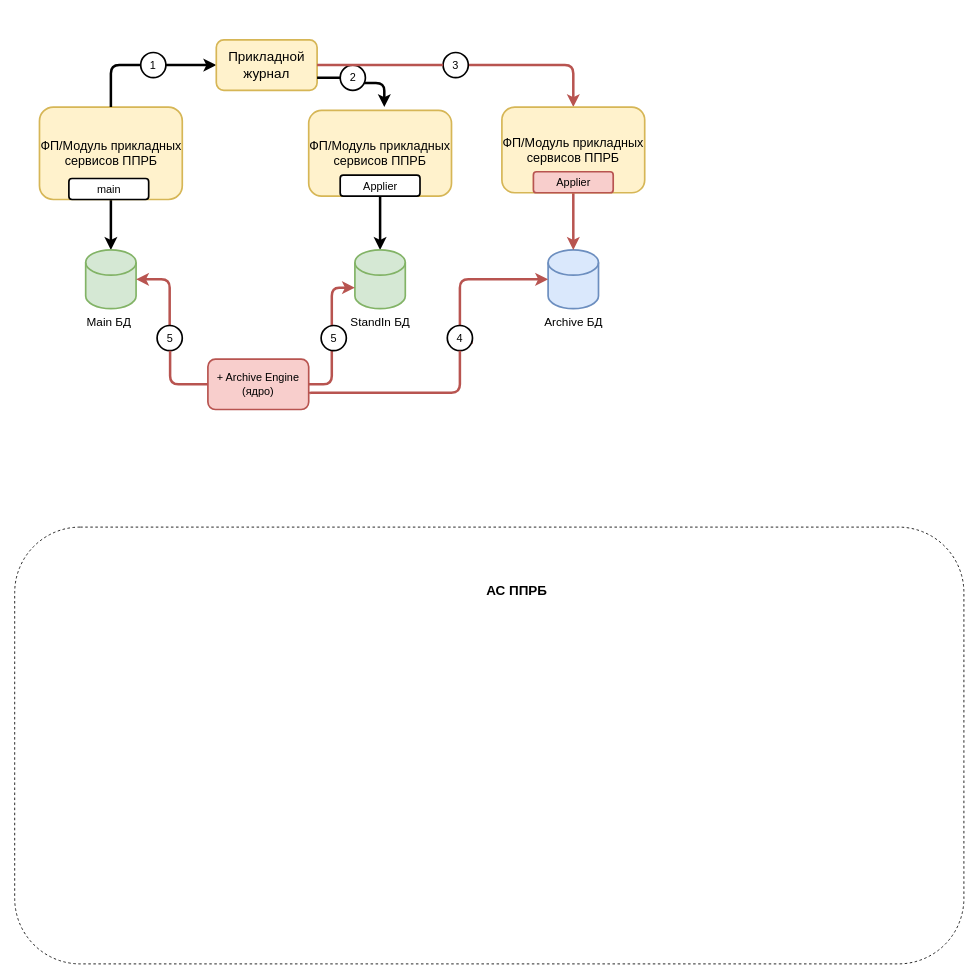
Earlier version of the draw.io diagram page "Архитектура-ПЖ" (1 of 2) of Archiving.drawio (srecon/diagramms). Source tidied: cells renumbered, new cells numbered last; positions are measured from the earlier drawing's top-left corner, leaving out a move shared by most shapes. Both pictures are drawn from the tidied source at 84%, with x=0, y=0 at pixel (14, 39).
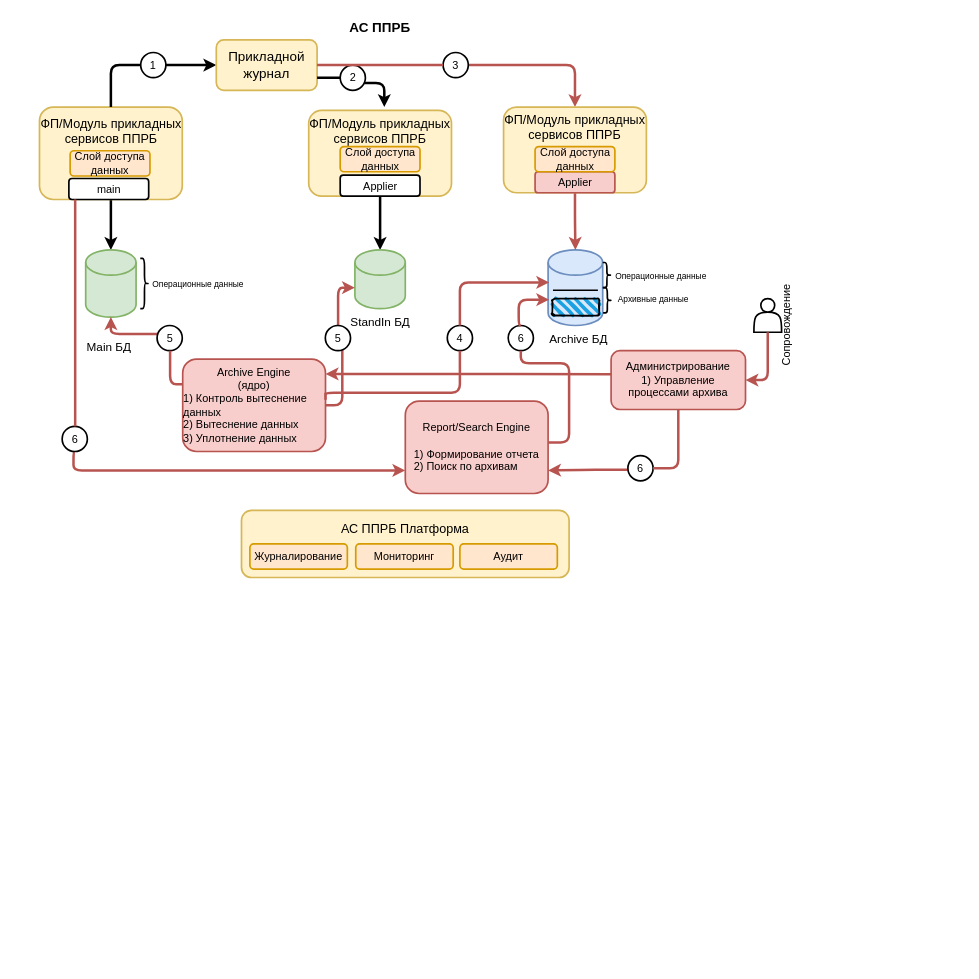
The same page after the edit.

The change refers to these unchanged cells:
```xml
<mxCell id="32" value="5" style="ellipse;whiteSpace=wrap;html=1;fontSize=13;strokeWidth=2;" parent="1" vertex="1">
  <mxGeometry x="169.5" y="340" width="30" height="30" as="geometry" />
</mxCell>
<mxCell id="36" value="4" style="ellipse;whiteSpace=wrap;html=1;fontSize=13;strokeWidth=2;" parent="1" vertex="1">
  <mxGeometry x="515" y="340" width="30" height="30" as="geometry" />
</mxCell>
```

Diff of the diagram source:
```diff
@@
     <mxCell id="3" style="shape=cylinder3;whiteSpace=wrap;html=1;boundedLbl=1;backgroundOutline=1;size=15;fontSize=16;strokeWidth=2;fillColor=#d5e8d4;strokeColor=#82b366;" parent="1" vertex="1">
-      <mxGeometry x="84.5" y="250" width="60" height="70" as="geometry" />
+      <mxGeometry x="84.5" y="250" width="60" height="80" as="geometry" />
     </mxCell>
     <mxCell id="4" value="&lt;font style=&quot;font-size: 14px;&quot;&gt;Main БД&lt;/font&gt;" style="text;html=1;strokeColor=none;fillColor=none;align=center;verticalAlign=middle;whiteSpace=wrap;rounded=0;fontSize=16;" parent="1" vertex="1">
-      <mxGeometry x="79.5" y="320" width="65" height="30" as="geometry" />
+      <mxGeometry x="79.5" y="350" width="65" height="30" as="geometry" />
     </mxCell>
     <mxCell id="5" style="shape=cylinder3;whiteSpace=wrap;html=1;boundedLbl=1;backgroundOutline=1;size=15;fontSize=16;strokeWidth=2;fillColor=#dae8fc;strokeColor=#6c8ebf;" parent="1" vertex="1">
-      <mxGeometry x="635" y="250" width="60" height="70" as="geometry" />
+      <mxGeometry x="635" y="250" width="65" height="90" as="geometry" />
     </mxCell>
     <mxCell id="6" value="&lt;span style=&quot;font-size: 14px;&quot;&gt;Archive БД&lt;/span&gt;" style="text;html=1;strokeColor=none;fillColor=none;align=center;verticalAlign=middle;whiteSpace=wrap;rounded=0;fontSize=16;" parent="1" vertex="1">
-      <mxGeometry x="628.8" y="320" width="72.5" height="30" as="geometry" />
+      <mxGeometry x="635" y="340" width="72.5" height="30" as="geometry" />
     </mxCell>
-    <mxCell id="7" style="rounded=1;whiteSpace=wrap;html=1;fontSize=14;strokeWidth=1;fillColor=none;dashed=1;arcSize=15;" parent="1" vertex="1">
-      <mxGeometry y="580" width="1130" height="520" as="geometry" />
-    </mxCell>
     <mxCell id="8" value="&lt;font style=&quot;font-size: 16px;&quot;&gt;&lt;b&gt;АС ППРБ&lt;/b&gt;&lt;/font&gt;" style="text;html=1;strokeColor=none;fillColor=none;align=center;verticalAlign=middle;whiteSpace=wrap;rounded=0;dashed=1;fontSize=14;" parent="1" vertex="1">
-      <mxGeometry x="527.5" y="640" width="140" height="30" as="geometry" />
+      <mxGeometry x="365" y="-30" width="140" height="30" as="geometry" />
     </mxCell>
@@
-    <mxCell id="15" value="&lt;font style=&quot;font-size: 15px;&quot;&gt;ФП/Модуль прикладных сервисов ППРБ&lt;/font&gt;" style="rounded=1;whiteSpace=wrap;html=1;strokeWidth=2;fillColor=#fff2cc;strokeColor=#d6b656;" parent="1" vertex="1">
+    <mxCell id="15" value="&lt;font style=&quot;font-size: 15px;&quot;&gt;ФП/Модуль прикладных сервисов ППРБ&lt;br&gt;&lt;br&gt;&lt;br&gt;&lt;br&gt;&lt;/font&gt;" style="rounded=1;whiteSpace=wrap;html=1;strokeWidth=2;fillColor=#fff2cc;strokeColor=#d6b656;" parent="1" vertex="1">
       <mxGeometry x="29.5" y="80" width="170" height="110" as="geometry" />
     </mxCell>
@@
-    <mxCell id="17" value="&lt;font style=&quot;font-size: 15px;&quot;&gt;ФП/Модуль прикладных сервисов ППРБ&lt;/font&gt;" style="rounded=1;whiteSpace=wrap;html=1;strokeWidth=2;fillColor=#fff2cc;strokeColor=#d6b656;" parent="1" vertex="1">
+    <mxCell id="17" value="&lt;font style=&quot;font-size: 15px;&quot;&gt;ФП/Модуль прикладных сервисов ППРБ&lt;br&gt;&lt;br&gt;&lt;br&gt;&lt;br&gt;&lt;/font&gt;" style="rounded=1;whiteSpace=wrap;html=1;strokeWidth=2;fillColor=#fff2cc;strokeColor=#d6b656;" parent="1" vertex="1">
       <mxGeometry x="350" y="84" width="170" height="102" as="geometry" />
     </mxCell>
@@
-    <mxCell id="20" value="&lt;font style=&quot;font-size: 15px;&quot;&gt;ФП/Модуль прикладных сервисов ППРБ&lt;/font&gt;" style="rounded=1;whiteSpace=wrap;html=1;strokeWidth=2;fillColor=#fff2cc;strokeColor=#d6b656;" parent="1" vertex="1">
-      <mxGeometry x="580" y="80" width="170" height="102" as="geometry" />
+    <mxCell id="20" value="&lt;font style=&quot;font-size: 15px;&quot;&gt;ФП/Модуль прикладных сервисов ППРБ&lt;br&gt;&lt;br&gt;&lt;br&gt;&lt;br&gt;&lt;/font&gt;" style="rounded=1;whiteSpace=wrap;html=1;strokeWidth=2;fillColor=#fff2cc;strokeColor=#d6b656;" parent="1" vertex="1">
+      <mxGeometry x="582" y="80" width="170" height="102" as="geometry" />
     </mxCell>
     <mxCell id="21" value="Applier" style="rounded=1;whiteSpace=wrap;html=1;fontSize=13;strokeWidth=2;fillColor=#f8cecc;strokeColor=#b85450;" parent="1" vertex="1">
-      <mxGeometry x="617.5" y="157" width="95" height="25" as="geometry" />
+      <mxGeometry x="619.5" y="157" width="95" height="25" as="geometry" />
     </mxCell>
@@
-    <mxCell id="23" style="edgeStyle=orthogonalEdgeStyle;rounded=1;jettySize=auto;html=1;fontSize=13;strokeWidth=3;entryX=1;entryY=0.5;entryDx=0;entryDy=0;entryPerimeter=0;startArrow=none;exitX=0.5;exitY=0;exitDx=0;exitDy=0;fillColor=#f8cecc;strokeColor=#b85450;" parent="1" edge="1" source="32" target="3">
+    <mxCell id="23" style="edgeStyle=orthogonalEdgeStyle;rounded=1;jettySize=auto;html=1;fontSize=13;strokeWidth=3;startArrow=none;exitX=0.5;exitY=0;exitDx=0;exitDy=0;fillColor=#f8cecc;strokeColor=#b85450;entryX=0.5;entryY=1;entryDx=0;entryDy=0;entryPerimeter=0;" parent="1" edge="1" source="32" target="3">
       <mxGeometry relative="1" as="geometry">
         <Array as="points">
-          <mxPoint x="185" y="285" />
+          <mxPoint x="185" y="350" />
+          <mxPoint x="115" y="350" />
         </Array>
       </mxGeometry>
     </mxCell>
@@
-    <mxCell id="25" value="+ Archive Engine&lt;br&gt;(ядро)" style="rounded=1;whiteSpace=wrap;html=1;fontSize=13;strokeWidth=2;fillColor=#f8cecc;strokeColor=#b85450;" parent="1" vertex="1">
-      <mxGeometry x="230" y="380" width="120" height="60" as="geometry" />
+    <mxCell id="25" value="Archive Engine&lt;br&gt;(ядро)&lt;br&gt;&lt;div style=&quot;text-align: left;&quot;&gt;1) Контроль вытеснение данных&lt;/div&gt;&lt;div style=&quot;text-align: left;&quot;&gt;2) Вытеснение данных&lt;/div&gt;&lt;div style=&quot;text-align: left;&quot;&gt;3) Уплотнение данных&lt;/div&gt;" style="rounded=1;whiteSpace=wrap;html=1;fontSize=13;strokeWidth=2;fillColor=#f8cecc;strokeColor=#b85450;" parent="1" vertex="1">
+      <mxGeometry x="200" y="380" width="170" height="110" as="geometry" />
     </mxCell>
@@
-    <mxCell id="34" style="edgeStyle=orthogonalEdgeStyle;rounded=1;jettySize=auto;html=1;fontSize=13;strokeWidth=3;entryX=0;entryY=0.5;entryDx=0;entryDy=0;entryPerimeter=0;exitX=1.006;exitY=0.689;exitDx=0;exitDy=0;exitPerimeter=0;startArrow=none;fillColor=#f8cecc;strokeColor=#b85450;" parent="1" edge="1" source="36" target="5">
-      <mxGeometry relative="1" as="geometry">
-        <Array as="points">
-          <mxPoint x="530" y="285" />
-        </Array>
-      </mxGeometry>
-    </mxCell>
     <mxCell id="35" value="5" style="ellipse;whiteSpace=wrap;html=1;fontSize=13;strokeWidth=2;" parent="1" vertex="1">
-      <mxGeometry x="364.8" y="340" width="30" height="30" as="geometry" />
+      <mxGeometry x="369.8" y="340" width="30" height="30" as="geometry" />
     </mxCell>
@@
-    <mxCell id="37" style="edgeStyle=orthogonalEdgeStyle;rounded=1;jettySize=auto;html=1;fontSize=13;strokeWidth=3;exitX=1.006;exitY=0.689;exitDx=0;exitDy=0;exitPerimeter=0;endArrow=none;fillColor=#f8cecc;strokeColor=#b85450;" parent="1" edge="1" source="25">
+    <mxCell id="37" style="edgeStyle=orthogonalEdgeStyle;rounded=1;orthogonalLoop=1;jettySize=auto;html=1;fontSize=13;strokeWidth=3;endArrow=none;fillColor=#f8cecc;strokeColor=#b85450;" parent="1" edge="1">
       <mxGeometry relative="1" as="geometry">
+        <mxPoint x="370" y="420" as="sourcePoint" />
         <mxPoint x="530" y="370" as="targetPoint" />
         <Array as="points">
-          <mxPoint x="351" y="420" />
+          <mxPoint x="370" y="430" />
+          <mxPoint x="370" y="420" />
           <mxPoint x="530" y="420" />
         </Array>
       </mxGeometry>
     </mxCell>
+    <mxCell id="38" value="Слой доступа данных" style="rounded=1;whiteSpace=wrap;html=1;fontSize=13;strokeWidth=2;fillColor=#ffe6cc;strokeColor=#d79b00;" parent="1" vertex="1">
+      <mxGeometry x="66" y="132" width="95" height="30" as="geometry" />
+    </mxCell>
+    <mxCell id="39" value="Слой доступа данных" style="rounded=1;whiteSpace=wrap;html=1;fontSize=13;strokeWidth=2;fillColor=#ffe6cc;strokeColor=#d79b00;" parent="1" vertex="1">
+      <mxGeometry x="387.5" y="127" width="95" height="30" as="geometry" />
+    </mxCell>
+    <mxCell id="40" value="Слой доступа данных" style="rounded=1;whiteSpace=wrap;html=1;fontSize=13;strokeWidth=2;fillColor=#ffe6cc;strokeColor=#d79b00;" parent="1" vertex="1">
+      <mxGeometry x="619.5" y="127" width="95" height="30" as="geometry" />
+    </mxCell>
+    <mxCell id="41" value="Report/Search Engine&lt;br&gt;&lt;br&gt;&lt;div style=&quot;text-align: left;&quot;&gt;1) Формирование отчета&lt;/div&gt;&lt;div style=&quot;text-align: left;&quot;&gt;2) Поиск по архивам&lt;/div&gt;" style="rounded=1;whiteSpace=wrap;html=1;fontSize=13;strokeWidth=2;fillColor=#f8cecc;strokeColor=#b85450;" parent="1" vertex="1">
+      <mxGeometry x="465" y="430" width="170" height="110" as="geometry" />
+    </mxCell>
+    <mxCell id="42" value="6" style="ellipse;whiteSpace=wrap;html=1;fontSize=13;strokeWidth=2;" parent="1" vertex="1">
+      <mxGeometry x="587.5" y="340" width="30" height="30" as="geometry" />
+    </mxCell>
+    <mxCell id="43" style="edgeStyle=orthogonalEdgeStyle;rounded=1;jettySize=auto;html=1;fontSize=13;strokeWidth=3;startArrow=none;fillColor=#f8cecc;strokeColor=#b85450;exitX=1.002;exitY=0.448;exitDx=0;exitDy=0;exitPerimeter=0;endArrow=none;entryX=0.5;entryY=1;entryDx=0;entryDy=0;" parent="1" edge="1" source="41" target="42">
+      <mxGeometry relative="1" as="geometry">
+        <Array as="points">
+          <mxPoint x="660" y="479" />
+          <mxPoint x="660" y="385" />
+          <mxPoint x="602" y="385" />
+        </Array>
+      </mxGeometry>
+    </mxCell>
+    <mxCell id="44" style="edgeStyle=orthogonalEdgeStyle;rounded=1;jettySize=auto;html=1;fontSize=13;strokeWidth=3;exitX=0.5;exitY=1;exitDx=0;exitDy=0;fillColor=#f8cecc;strokeColor=#b85450;entryX=0;entryY=0.75;entryDx=0;entryDy=0;startArrow=none;" parent="1" edge="1" source="45" target="41">
+      <mxGeometry relative="1" as="geometry">
+        <Array as="points">
+          <mxPoint x="70" y="490" />
+          <mxPoint x="70" y="513" />
+        </Array>
+      </mxGeometry>
+    </mxCell>
+    <mxCell id="45" value="6" style="ellipse;whiteSpace=wrap;html=1;fontSize=13;strokeWidth=2;" parent="1" vertex="1">
+      <mxGeometry x="56.5" y="460" width="30" height="30" as="geometry" />
+    </mxCell>
+    <mxCell id="46" style="edgeStyle=orthogonalEdgeStyle;rounded=1;jettySize=auto;html=1;fontSize=13;strokeWidth=3;exitX=0.25;exitY=1;exitDx=0;exitDy=0;fillColor=#f8cecc;strokeColor=#b85450;startArrow=none;endArrow=none;endFill=0;" parent="1" edge="1" source="15">
+      <mxGeometry relative="1" as="geometry">
+        <mxPoint x="72" y="460" as="targetPoint" />
+        <Array as="points">
+          <mxPoint x="72" y="420" />
+          <mxPoint x="72" y="420" />
+        </Array>
+      </mxGeometry>
+    </mxCell>
+    <mxCell id="47" value="Администрирование&lt;br&gt;1) Управление процессами архива" style="rounded=1;whiteSpace=wrap;html=1;fontSize=13;strokeWidth=2;fillColor=#f8cecc;strokeColor=#b85450;" parent="1" vertex="1">
+      <mxGeometry x="710" y="370" width="160" height="70" as="geometry" />
+    </mxCell>
+    <mxCell id="48" style="shape=actor;whiteSpace=wrap;html=1;fontSize=13;strokeWidth=2;" parent="1" vertex="1">
+      <mxGeometry x="880" y="308" width="33" height="40" as="geometry" />
+    </mxCell>
+    <mxCell id="49" style="edgeStyle=orthogonalEdgeStyle;rounded=1;jettySize=auto;html=1;fontSize=13;strokeWidth=3;exitX=0.5;exitY=1;exitDx=0;exitDy=0;fillColor=#f8cecc;strokeColor=#b85450;entryX=1;entryY=0.5;entryDx=0;entryDy=0;" parent="1" edge="1" source="48" target="47">
+      <mxGeometry relative="1" as="geometry">
+        <Array as="points">
+          <mxPoint x="897" y="405" />
+        </Array>
+      </mxGeometry>
+    </mxCell>
+    <mxCell id="50" style="edgeStyle=orthogonalEdgeStyle;rounded=1;jettySize=auto;html=1;fontSize=13;strokeWidth=3;fillColor=#f8cecc;strokeColor=#b85450;entryX=1.001;entryY=0.16;entryDx=0;entryDy=0;entryPerimeter=0;" parent="1" edge="1" target="25">
+      <mxGeometry relative="1" as="geometry">
+        <mxPoint x="710" y="398" as="sourcePoint" />
+        <Array as="points">
+          <mxPoint x="710" y="398" />
+          <mxPoint x="710" y="398" />
+        </Array>
+      </mxGeometry>
+    </mxCell>
+    <mxCell id="51" style="edgeStyle=orthogonalEdgeStyle;rounded=1;jettySize=auto;html=1;fontSize=13;strokeWidth=3;fillColor=#f8cecc;strokeColor=#b85450;entryX=1;entryY=0.75;entryDx=0;entryDy=0;exitX=-0.02;exitY=0.561;exitDx=0;exitDy=0;startArrow=none;exitPerimeter=0;" parent="1" edge="1" source="57" target="41">
+      <mxGeometry relative="1" as="geometry" />
+    </mxCell>
+    <mxCell id="52" value="Сопровождение&amp;nbsp;" style="text;html=1;strokeColor=none;fillColor=none;align=center;verticalAlign=middle;whiteSpace=wrap;rounded=0;fontSize=13;rotation=-90;" parent="1" vertex="1">
+      <mxGeometry x="888.8" y="331.2" width="60" height="13.5" as="geometry" />
+    </mxCell>
+    <mxCell id="53" value="&lt;font style=&quot;font-size: 15px;&quot;&gt;АС ППРБ Платформа&lt;br&gt;&lt;br&gt;&lt;br&gt;&lt;/font&gt;" style="rounded=1;whiteSpace=wrap;html=1;strokeWidth=2;fillColor=#fff2cc;strokeColor=#d6b656;" parent="1" vertex="1">
+      <mxGeometry x="270" y="560" width="390" height="80" as="geometry" />
+    </mxCell>
+    <mxCell id="54" value="Журналирование" style="rounded=1;whiteSpace=wrap;html=1;fontSize=13;strokeWidth=2;fillColor=#ffe6cc;strokeColor=#d79b00;" parent="1" vertex="1">
+      <mxGeometry x="280" y="600" width="116" height="30" as="geometry" />
+    </mxCell>
+    <mxCell id="55" value="Аудит" style="rounded=1;whiteSpace=wrap;html=1;fontSize=13;strokeWidth=2;fillColor=#ffe6cc;strokeColor=#d79b00;" parent="1" vertex="1">
+      <mxGeometry x="530" y="600" width="116" height="30" as="geometry" />
+    </mxCell>
+    <mxCell id="56" value="Мониторинг" style="rounded=1;whiteSpace=wrap;html=1;fontSize=13;strokeWidth=2;fillColor=#ffe6cc;strokeColor=#d79b00;" parent="1" vertex="1">
+      <mxGeometry x="406" y="600" width="116" height="30" as="geometry" />
+    </mxCell>
+    <mxCell id="57" value="6" style="ellipse;whiteSpace=wrap;html=1;fontSize=13;strokeWidth=2;" parent="1" vertex="1">
+      <mxGeometry x="730" y="495" width="30" height="30" as="geometry" />
+    </mxCell>
+    <mxCell id="58" style="edgeStyle=orthogonalEdgeStyle;rounded=1;jettySize=auto;html=1;fontSize=13;strokeWidth=3;fillColor=#f8cecc;strokeColor=#b85450;exitX=0.5;exitY=1;exitDx=0;exitDy=0;endArrow=none;" parent="1" edge="1" source="47">
+      <mxGeometry relative="1" as="geometry">
+        <mxPoint x="760" y="510" as="targetPoint" />
+        <Array as="points">
+          <mxPoint x="790" y="510" />
+        </Array>
+      </mxGeometry>
+    </mxCell>
+    <mxCell id="59" style="shape=curlyBracket;whiteSpace=wrap;html=1;rounded=1;flipH=1;fontSize=13;strokeWidth=2;" parent="1" vertex="1">
+      <mxGeometry x="149.5" y="260" width="10" height="60" as="geometry" />
+    </mxCell>
+    <mxCell id="60" style="line;strokeWidth=2;html=1;fontSize=13;" parent="1" vertex="1">
+      <mxGeometry x="640.8" y="293" width="53.5" height="10" as="geometry" />
+    </mxCell>
+    <mxCell id="61" style="rounded=1;whiteSpace=wrap;html=1;strokeWidth=2;fillWeight=4;hachureGap=8;hachureAngle=45;fillColor=#1ba1e2;sketch=1;fontSize=13;rotation=0;" parent="1" vertex="1">
+      <mxGeometry x="640" y="308" width="56" height="20" as="geometry" />
+    </mxCell>
+    <mxCell id="62" value="&lt;font style=&quot;font-size: 10px;&quot;&gt;Операционные данные&amp;nbsp;&lt;/font&gt;" style="text;html=1;strokeColor=none;fillColor=none;align=center;verticalAlign=middle;whiteSpace=wrap;rounded=0;fontSize=13;" parent="1" vertex="1">
+      <mxGeometry x="159.5" y="285" width="120" height="10" as="geometry" />
+    </mxCell>
+    <mxCell id="63" style="shape=curlyBracket;whiteSpace=wrap;html=1;rounded=1;flipH=1;fontSize=13;strokeWidth=2;" parent="1" vertex="1">
+      <mxGeometry x="700" y="265" width="10" height="30" as="geometry" />
+    </mxCell>
+    <mxCell id="64" style="shape=curlyBracket;whiteSpace=wrap;html=1;rounded=1;flipH=1;fontSize=13;strokeWidth=2;" parent="1" vertex="1">
+      <mxGeometry x="700.5" y="295" width="10" height="30" as="geometry" />
+    </mxCell>
+    <mxCell id="65" value="&lt;font style=&quot;font-size: 10px;&quot;&gt;Архивные данные&lt;/font&gt;" style="text;html=1;strokeColor=none;fillColor=none;align=center;verticalAlign=middle;whiteSpace=wrap;rounded=0;fontSize=13;" parent="1" vertex="1">
+      <mxGeometry x="710" y="303" width="100.5" height="10" as="geometry" />
+    </mxCell>
+    <mxCell id="66" value="&lt;font style=&quot;font-size: 10px;&quot;&gt;Операционные данные&amp;nbsp;&lt;/font&gt;" style="text;html=1;strokeColor=none;fillColor=none;align=center;verticalAlign=middle;whiteSpace=wrap;rounded=0;fontSize=13;" parent="1" vertex="1">
+      <mxGeometry x="710.5" y="275" width="120" height="10" as="geometry" />
+    </mxCell>
+    <mxCell id="34" style="edgeStyle=orthogonalEdgeStyle;rounded=1;jettySize=auto;html=1;fontSize=13;strokeWidth=3;entryX=0.02;entryY=0.43;entryDx=0;entryDy=0;entryPerimeter=0;fillColor=#f8cecc;strokeColor=#b85450;exitX=0.5;exitY=0;exitDx=0;exitDy=0;" parent="1" edge="1" source="36" target="5">
+      <mxGeometry relative="1" as="geometry" />
+    </mxCell>
+    <mxCell id="67" style="edgeStyle=orthogonalEdgeStyle;rounded=1;jettySize=auto;html=1;fontSize=13;strokeWidth=3;entryX=0.02;entryY=0.43;entryDx=0;entryDy=0;entryPerimeter=0;fillColor=#f8cecc;strokeColor=#b85450;exitX=0.5;exitY=0;exitDx=0;exitDy=0;" parent="1" edge="1" source="42">
+      <mxGeometry relative="1" as="geometry">
+        <mxPoint x="636.3" y="309.3" as="targetPoint" />
+        <Array as="points">
+          <mxPoint x="600" y="340" />
+          <mxPoint x="600" y="309" />
+        </Array>
+      </mxGeometry>
+    </mxCell>
```
